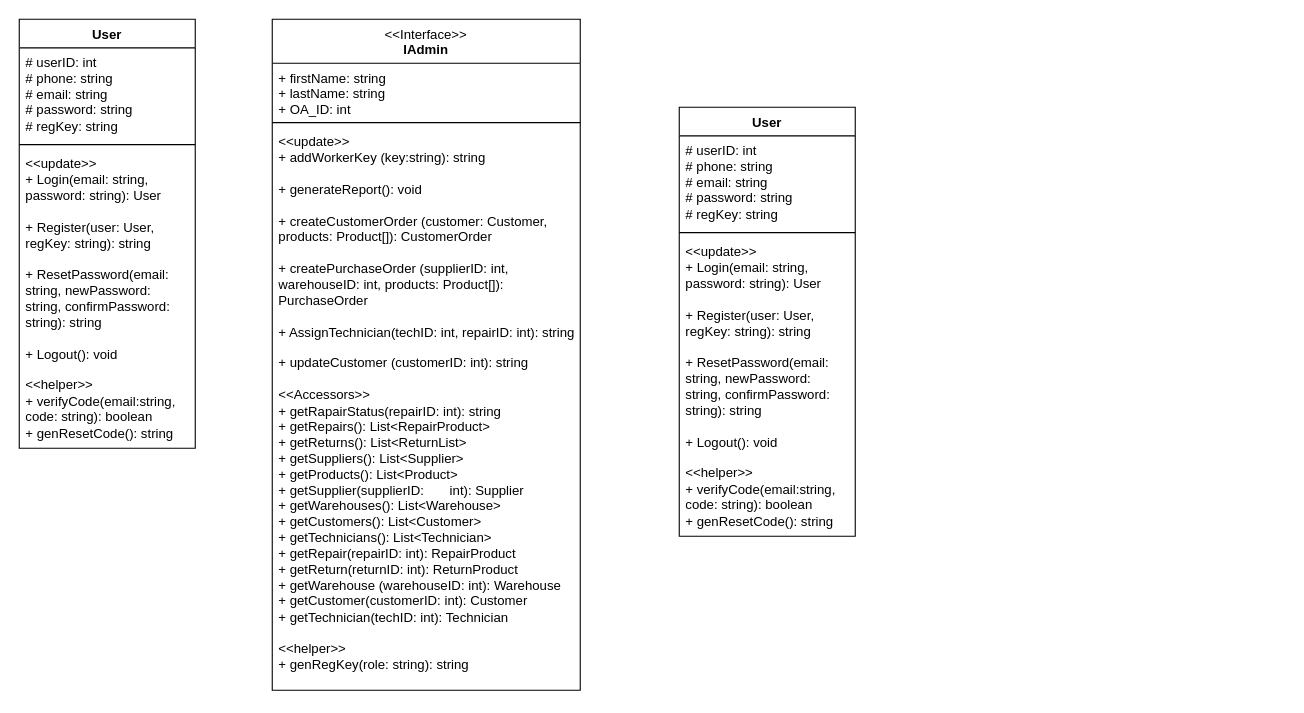
This is Untitled Diagram.drawio from Simamkele88/IFM3_GP, a draw.io file, before an edit. Source tidied: cells renumbered, new cells numbered last; positions are measured from the earlier drawing's top-left corner, leaving out a move shared by most shapes. Both pictures are drawn from the tidied source at 110%, with x=0, y=0 at pixel (19, 19).
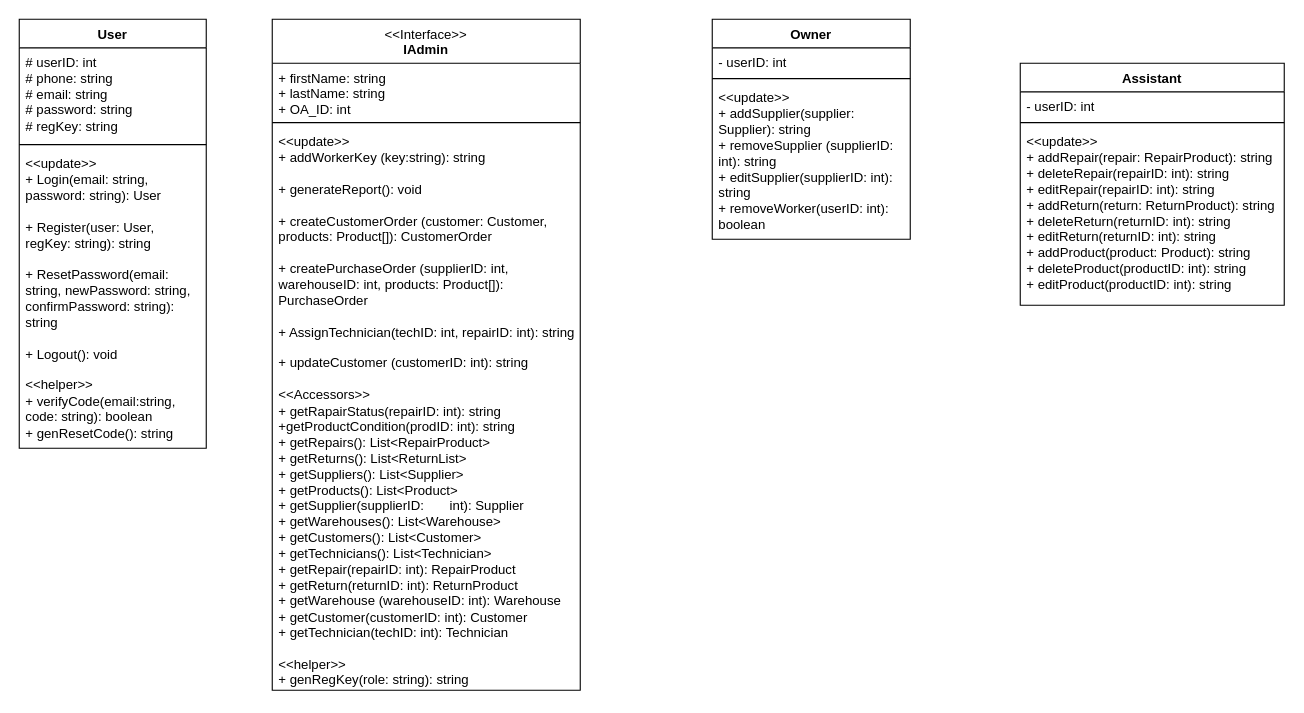
The same page after the edit.

Change to the diagram source:
```diff
@@
 <mxGraphModel>
   <root>
     <mxCell id="0" />
     <mxCell id="1" parent="0" />
     <mxCell id="2" value="User" style="swimlane;fontStyle=1;align=center;verticalAlign=top;horizontal=1;startSize=26;whiteSpace=wrap;html=1;" parent="1" vertex="1">
-      <mxGeometry width="160" height="390" as="geometry" />
+      <mxGeometry width="170" height="390" as="geometry" />
     </mxCell>
     <mxCell id="3" value="# userID: int&lt;div&gt;# phone: string&lt;/div&gt;&lt;div&gt;# email: string&lt;/div&gt;&lt;div&gt;# password: string&lt;/div&gt;&lt;div&gt;# regKey: string&lt;/div&gt;" style="text;strokeColor=none;fillColor=none;align=left;verticalAlign=top;spacingLeft=4;spacingRight=4;overflow=hidden;whiteSpace=wrap;html=1;" parent="2" vertex="1">
-      <mxGeometry y="26" width="160" height="84" as="geometry" />
+      <mxGeometry y="26" width="170" height="84" as="geometry" />
     </mxCell>
     <mxCell id="4" style="line;strokeWidth=1;fillColor=none;align=left;verticalAlign=middle;spacingTop=-1;spacingLeft=3;spacingRight=3;labelPosition=right;strokeColor=inherit;" parent="2" vertex="1">
-      <mxGeometry y="110" width="160" height="8" as="geometry" />
+      <mxGeometry y="110" width="170" height="8" as="geometry" />
     </mxCell>
     <mxCell id="5" value="&lt;div&gt;&amp;lt;&amp;lt;update&amp;gt;&amp;gt;&lt;/div&gt;+ Login(email: string, password: string): User&lt;div&gt;&lt;br&gt;&lt;div&gt;+ Register(user: User, regKey: string): string&lt;/div&gt;&lt;div&gt;&lt;br&gt;&lt;/div&gt;&lt;div&gt;+ ResetPassword(email: string, newPassword: string, confirmPassword: string): string&lt;/div&gt;&lt;div&gt;&lt;br&gt;&lt;/div&gt;&lt;div&gt;+ Logout(): void&lt;/div&gt;&lt;div&gt;&lt;br&gt;&lt;/div&gt;&lt;div&gt;&amp;lt;&amp;lt;helper&amp;gt;&amp;gt;&lt;/div&gt;&lt;div&gt;+ verifyCode(email:string, code: string): boolean&lt;/div&gt;&lt;div&gt;+ genResetCode(): string&lt;/div&gt;&lt;/div&gt;" style="text;strokeColor=none;fillColor=none;align=left;verticalAlign=top;spacingLeft=4;spacingRight=4;overflow=hidden;whiteSpace=wrap;html=1;" parent="2" vertex="1">
-      <mxGeometry y="118" width="160" height="272" as="geometry" />
+      <mxGeometry y="118" width="170" height="272" as="geometry" />
     </mxCell>
     <mxCell id="6" value="&lt;div&gt;&lt;span style=&quot;font-weight: normal;&quot;&gt;&amp;lt;&amp;lt;Interface&amp;gt;&amp;gt;&lt;/span&gt;&lt;/div&gt;IAdmin" style="swimlane;fontStyle=1;align=center;verticalAlign=top;horizontal=1;startSize=40;whiteSpace=wrap;html=1;" parent="1" vertex="1">
       <mxGeometry x="230" width="280" height="610" as="geometry" />
     </mxCell>
     <mxCell id="7" value="+ firstName: string&lt;div&gt;+ lastName: string&lt;/div&gt;&lt;div&gt;+ OA_ID: int&lt;/div&gt;" style="text;strokeColor=none;fillColor=none;align=left;verticalAlign=top;spacingLeft=4;spacingRight=4;overflow=hidden;whiteSpace=wrap;html=1;" parent="6" vertex="1">
       <mxGeometry y="40" width="280" height="50" as="geometry" />
     </mxCell>
     <mxCell id="8" style="line;strokeWidth=1;fillColor=none;align=left;verticalAlign=middle;spacingTop=-1;spacingLeft=3;spacingRight=3;labelPosition=right;strokeColor=inherit;" parent="6" vertex="1">
       <mxGeometry y="90" width="280" height="8" as="geometry" />
     </mxCell>
-    <mxCell id="9" value="&lt;div&gt;&amp;lt;&amp;lt;update&amp;gt;&amp;gt;&lt;/div&gt;&lt;div&gt;+ addWorkerKey (key:string): string&lt;/div&gt;&lt;div&gt;&lt;br&gt;&lt;/div&gt;&lt;div&gt;+ generateReport(): void&lt;/div&gt;&lt;div&gt;&lt;br&gt;&lt;/div&gt;&lt;div&gt;+ createCustomerOrder (customer: Customer, products: Product[]): CustomerOrder&lt;/div&gt;&lt;div&gt;&lt;br&gt;&lt;/div&gt;&lt;div&gt;+ createPurchaseOrder (supplierID: int, warehouseID: int, products: Product[]): PurchaseOrder&lt;/div&gt;&lt;div&gt;&lt;br&gt;&lt;/div&gt;&lt;div&gt;+ AssignTechnician(techID: int, repairID: int): string&lt;/div&gt;&lt;div&gt;&lt;br&gt;&lt;/div&gt;&lt;div&gt;+ updateCustomer (customerID: int): string&lt;/div&gt;&lt;div&gt;&lt;br&gt;&lt;/div&gt;&lt;div&gt;&amp;lt;&amp;lt;Accessors&amp;gt;&amp;gt;&lt;/div&gt;&lt;div&gt;+ getRapairStatus(repairID: int): string&lt;/div&gt;&lt;div&gt;+ getRepairs(): List&amp;lt;RepairProduct&amp;gt;&lt;/div&gt;&lt;div&gt;+ getReturns(): List&amp;lt;ReturnList&amp;gt;&lt;/div&gt;&lt;div&gt;+ getSuppliers(): List&amp;lt;Supplier&amp;gt;&lt;/div&gt;&lt;div&gt;+ getProducts(): List&amp;lt;Product&amp;gt;&lt;/div&gt;&lt;div&gt;+ getSupplier(supplierID:&amp;nbsp; &amp;nbsp; &amp;nbsp; &amp;nbsp;int): Supplier&lt;/div&gt;&lt;div&gt;+ getWarehouses(): List&amp;lt;Warehouse&amp;gt;&lt;/div&gt;&lt;div&gt;+ getCustomers(): List&amp;lt;Customer&amp;gt;&lt;/div&gt;&lt;div&gt;+ getTechnicians(): List&amp;lt;Technician&amp;gt;&lt;/div&gt;&lt;div&gt;+ getRepair(repairID: int): RepairProduct&lt;/div&gt;&lt;div&gt;+ getReturn(returnID: int): ReturnProduct&lt;/div&gt;&lt;div&gt;+ getWarehouse (warehouseID: int): Warehouse&lt;/div&gt;&lt;div&gt;+ getCustomer(customerID: int): Customer&lt;/div&gt;&lt;div&gt;+ getTechnician(techID: int): Technician&lt;/div&gt;&lt;div&gt;&lt;br&gt;&lt;/div&gt;&lt;div&gt;&amp;lt;&amp;lt;helper&amp;gt;&amp;gt;&lt;/div&gt;&lt;div&gt;+ genRegKey(role: string): string&lt;/div&gt;&lt;div&gt;&lt;br&gt;&lt;/div&gt;" style="text;strokeColor=none;fillColor=none;align=left;verticalAlign=top;spacingLeft=4;spacingRight=4;overflow=hidden;whiteSpace=wrap;html=1;" parent="6" vertex="1">
+    <mxCell id="9" value="&lt;div&gt;&amp;lt;&amp;lt;update&amp;gt;&amp;gt;&lt;/div&gt;&lt;div&gt;+ addWorkerKey (key:string): string&lt;/div&gt;&lt;div&gt;&lt;br&gt;&lt;/div&gt;&lt;div&gt;+ generateReport(): void&lt;/div&gt;&lt;div&gt;&lt;br&gt;&lt;/div&gt;&lt;div&gt;+ createCustomerOrder (customer: Customer, products: Product[]): CustomerOrder&lt;/div&gt;&lt;div&gt;&lt;br&gt;&lt;/div&gt;&lt;div&gt;+ createPurchaseOrder (supplierID: int, warehouseID: int, products: Product[]): PurchaseOrder&lt;/div&gt;&lt;div&gt;&lt;br&gt;&lt;/div&gt;&lt;div&gt;+ AssignTechnician(techID: int, repairID: int): string&lt;/div&gt;&lt;div&gt;&lt;br&gt;&lt;/div&gt;&lt;div&gt;+ updateCustomer (customerID: int): string&lt;/div&gt;&lt;div&gt;&lt;br&gt;&lt;/div&gt;&lt;div&gt;&amp;lt;&amp;lt;Accessors&amp;gt;&amp;gt;&lt;/div&gt;&lt;div&gt;+ getRapairStatus(repairID: int): string&lt;/div&gt;&lt;div&gt;+getProductCondition(prodID: int): string&lt;/div&gt;&lt;div&gt;+ getRepairs(): List&amp;lt;RepairProduct&amp;gt;&lt;/div&gt;&lt;div&gt;+ getReturns(): List&amp;lt;ReturnList&amp;gt;&lt;/div&gt;&lt;div&gt;+ getSuppliers(): List&amp;lt;Supplier&amp;gt;&lt;/div&gt;&lt;div&gt;+ getProducts(): List&amp;lt;Product&amp;gt;&lt;/div&gt;&lt;div&gt;+ getSupplier(supplierID:&amp;nbsp; &amp;nbsp; &amp;nbsp; &amp;nbsp;int): Supplier&lt;/div&gt;&lt;div&gt;+ getWarehouses(): List&amp;lt;Warehouse&amp;gt;&lt;/div&gt;&lt;div&gt;+ getCustomers(): List&amp;lt;Customer&amp;gt;&lt;/div&gt;&lt;div&gt;+ getTechnicians(): List&amp;lt;Technician&amp;gt;&lt;/div&gt;&lt;div&gt;+ getRepair(repairID: int): RepairProduct&lt;/div&gt;&lt;div&gt;+ getReturn(returnID: int): ReturnProduct&lt;/div&gt;&lt;div&gt;+ getWarehouse (warehouseID: int): Warehouse&lt;/div&gt;&lt;div&gt;+ getCustomer(customerID: int): Customer&lt;/div&gt;&lt;div&gt;+ getTechnician(techID: int): Technician&lt;/div&gt;&lt;div&gt;&lt;br&gt;&lt;/div&gt;&lt;div&gt;&amp;lt;&amp;lt;helper&amp;gt;&amp;gt;&lt;/div&gt;&lt;div&gt;+ genRegKey(role: string): string&lt;/div&gt;&lt;div&gt;&lt;br&gt;&lt;/div&gt;" style="text;strokeColor=none;fillColor=none;align=left;verticalAlign=top;spacingLeft=4;spacingRight=4;overflow=hidden;whiteSpace=wrap;html=1;" parent="6" vertex="1">
       <mxGeometry y="98" width="280" height="512" as="geometry" />
     </mxCell>
-    <mxCell id="10" value="User" style="swimlane;fontStyle=1;align=center;verticalAlign=top;horizontal=1;startSize=26;whiteSpace=wrap;html=1;" parent="1" vertex="1">
-      <mxGeometry x="600" y="80" width="160" height="390" as="geometry" />
+    <mxCell id="10" value="Owner" style="swimlane;fontStyle=1;align=center;verticalAlign=top;horizontal=1;startSize=26;whiteSpace=wrap;html=1;" parent="1" vertex="1">
+      <mxGeometry x="630" width="180" height="200" as="geometry" />
     </mxCell>
-    <mxCell id="11" value="# userID: int&lt;div&gt;# phone: string&lt;/div&gt;&lt;div&gt;# email: string&lt;/div&gt;&lt;div&gt;# password: string&lt;/div&gt;&lt;div&gt;# regKey: string&lt;/div&gt;" style="text;strokeColor=none;fillColor=none;align=left;verticalAlign=top;spacingLeft=4;spacingRight=4;overflow=hidden;whiteSpace=wrap;html=1;" parent="10" vertex="1">
-      <mxGeometry y="26" width="160" height="84" as="geometry" />
+    <mxCell id="11" value="- userID: int" style="text;strokeColor=none;fillColor=none;align=left;verticalAlign=top;spacingLeft=4;spacingRight=4;overflow=hidden;whiteSpace=wrap;html=1;" parent="10" vertex="1">
+      <mxGeometry y="26" width="180" height="24" as="geometry" />
     </mxCell>
     <mxCell id="12" style="line;strokeWidth=1;fillColor=none;align=left;verticalAlign=middle;spacingTop=-1;spacingLeft=3;spacingRight=3;labelPosition=right;strokeColor=inherit;" parent="10" vertex="1">
-      <mxGeometry y="110" width="160" height="8" as="geometry" />
+      <mxGeometry y="50" width="180" height="8" as="geometry" />
     </mxCell>
-    <mxCell id="13" value="&lt;div&gt;&amp;lt;&amp;lt;update&amp;gt;&amp;gt;&lt;/div&gt;+ Login(email: string, password: string): User&lt;div&gt;&lt;br&gt;&lt;div&gt;+ Register(user: User, regKey: string): string&lt;/div&gt;&lt;div&gt;&lt;br&gt;&lt;/div&gt;&lt;div&gt;+ ResetPassword(email: string, newPassword: string, confirmPassword: string): string&lt;/div&gt;&lt;div&gt;&lt;br&gt;&lt;/div&gt;&lt;div&gt;+ Logout(): void&lt;/div&gt;&lt;div&gt;&lt;br&gt;&lt;/div&gt;&lt;div&gt;&amp;lt;&amp;lt;helper&amp;gt;&amp;gt;&lt;/div&gt;&lt;div&gt;+ verifyCode(email:string, code: string): boolean&lt;/div&gt;&lt;div&gt;+ genResetCode(): string&lt;/div&gt;&lt;/div&gt;" style="text;strokeColor=none;fillColor=none;align=left;verticalAlign=top;spacingLeft=4;spacingRight=4;overflow=hidden;whiteSpace=wrap;html=1;" parent="10" vertex="1">
-      <mxGeometry y="118" width="160" height="272" as="geometry" />
+    <mxCell id="13" value="&lt;div&gt;&amp;lt;&amp;lt;update&amp;gt;&amp;gt;&lt;/div&gt;+ addSupplier(supplier: Supplier): string&lt;div&gt;+ removeSupplier (supplierID: int): string&lt;/div&gt;&lt;div&gt;+ editSupplier(supplierID: int): string&lt;/div&gt;&lt;div&gt;+ removeWorker(userID: int): boolean&lt;/div&gt;" style="text;strokeColor=none;fillColor=none;align=left;verticalAlign=top;spacingLeft=4;spacingRight=4;overflow=hidden;whiteSpace=wrap;html=1;" parent="10" vertex="1">
+      <mxGeometry y="58" width="180" height="142" as="geometry" />
     </mxCell>
+    <mxCell id="14" value="Assistant" style="swimlane;fontStyle=1;align=center;verticalAlign=top;horizontal=1;startSize=26;whiteSpace=wrap;html=1;" parent="1" vertex="1">
+      <mxGeometry x="910" y="40" width="240" height="220" as="geometry" />
+    </mxCell>
+    <mxCell id="15" value="- userID: int" style="text;strokeColor=none;fillColor=none;align=left;verticalAlign=top;spacingLeft=4;spacingRight=4;overflow=hidden;whiteSpace=wrap;html=1;" parent="14" vertex="1">
+      <mxGeometry y="26" width="240" height="24" as="geometry" />
+    </mxCell>
+    <mxCell id="16" style="line;strokeWidth=1;fillColor=none;align=left;verticalAlign=middle;spacingTop=-1;spacingLeft=3;spacingRight=3;labelPosition=right;strokeColor=inherit;" parent="14" vertex="1">
+      <mxGeometry y="50" width="240" height="8" as="geometry" />
+    </mxCell>
+    <mxCell id="17" value="&lt;div&gt;&amp;lt;&amp;lt;update&amp;gt;&amp;gt;&lt;/div&gt;+ addRepair(repair: RepairProduct): string&lt;div&gt;+ deleteRepair(repairID: int): string&lt;/div&gt;&lt;div&gt;+ editRepair(repairID: int): string&lt;/div&gt;&lt;div&gt;+ addReturn(return: ReturnProduct): string&lt;div&gt;+ deleteReturn(returnID: int): string&lt;/div&gt;&lt;div&gt;+ editReturn(returnID: int): string&lt;/div&gt;&lt;/div&gt;&lt;div&gt;+ addProduct(product: Product): string&lt;div&gt;+ deleteProduct(p&lt;span style=&quot;background-color: transparent; color: light-dark(rgb(0, 0, 0), rgb(255, 255, 255));&quot;&gt;roduct&lt;/span&gt;&lt;span style=&quot;background-color: transparent; color: light-dark(rgb(0, 0, 0), rgb(255, 255, 255));&quot;&gt;ID: int): string&lt;/span&gt;&lt;/div&gt;&lt;div&gt;+ editProduct(p&lt;span style=&quot;background-color: transparent; color: light-dark(rgb(0, 0, 0), rgb(255, 255, 255));&quot;&gt;roduct&lt;/span&gt;&lt;span style=&quot;background-color: transparent; color: light-dark(rgb(0, 0, 0), rgb(255, 255, 255));&quot;&gt;ID: int): string&lt;/span&gt;&lt;/div&gt;&lt;/div&gt;" style="text;strokeColor=none;fillColor=none;align=left;verticalAlign=top;spacingLeft=4;spacingRight=4;overflow=hidden;whiteSpace=wrap;html=1;" parent="14" vertex="1">
+      <mxGeometry y="58" width="240" height="162" as="geometry" />
+    </mxCell>
   </root>
 </mxGraphModel>
```
